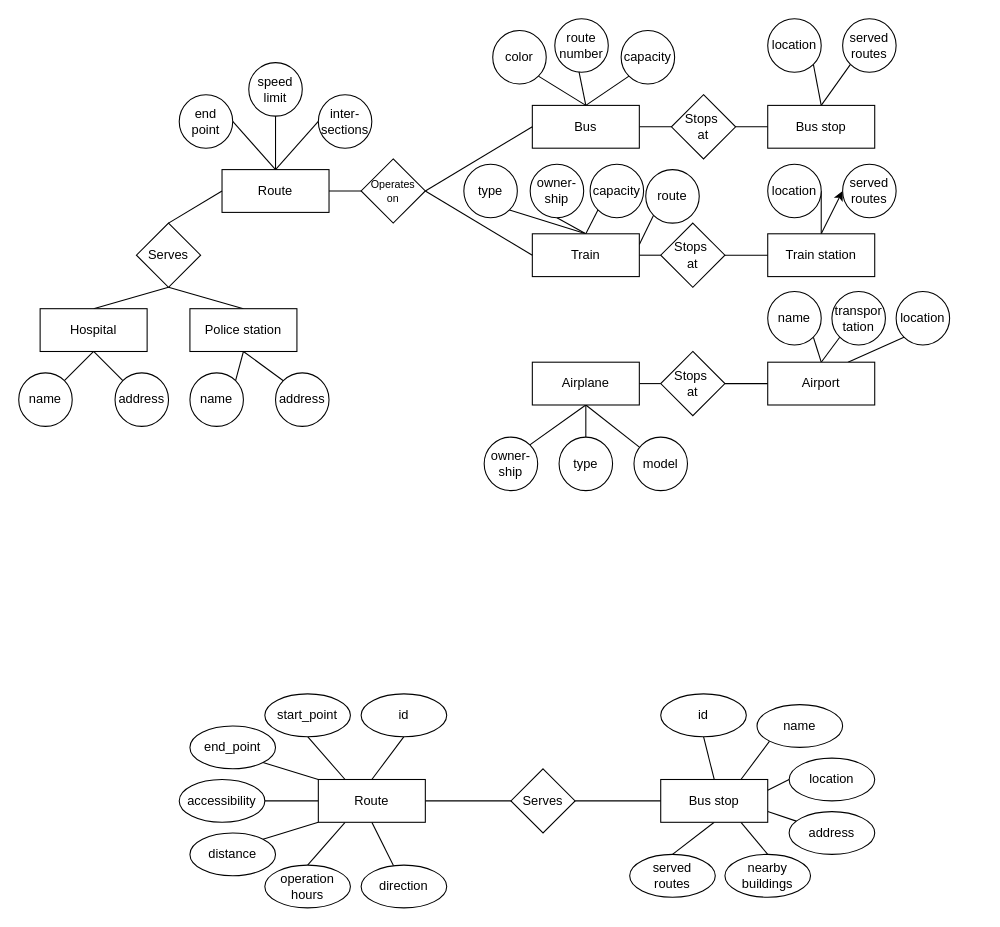
Above: Phase 1 - Purpose Formalization/transportation_facilities.drawio in Belegee-Enkhbat/Transportation-Facilities-KGE-Project (draw.io), before the change. Source tidied: cells renumbered, new cells numbered last; positions are measured from the earlier drawing's top-left corner, leaving out a move shared by most shapes. Both pictures are drawn from the tidied source at 107%, with x=0, y=0 at pixel (18, 18).
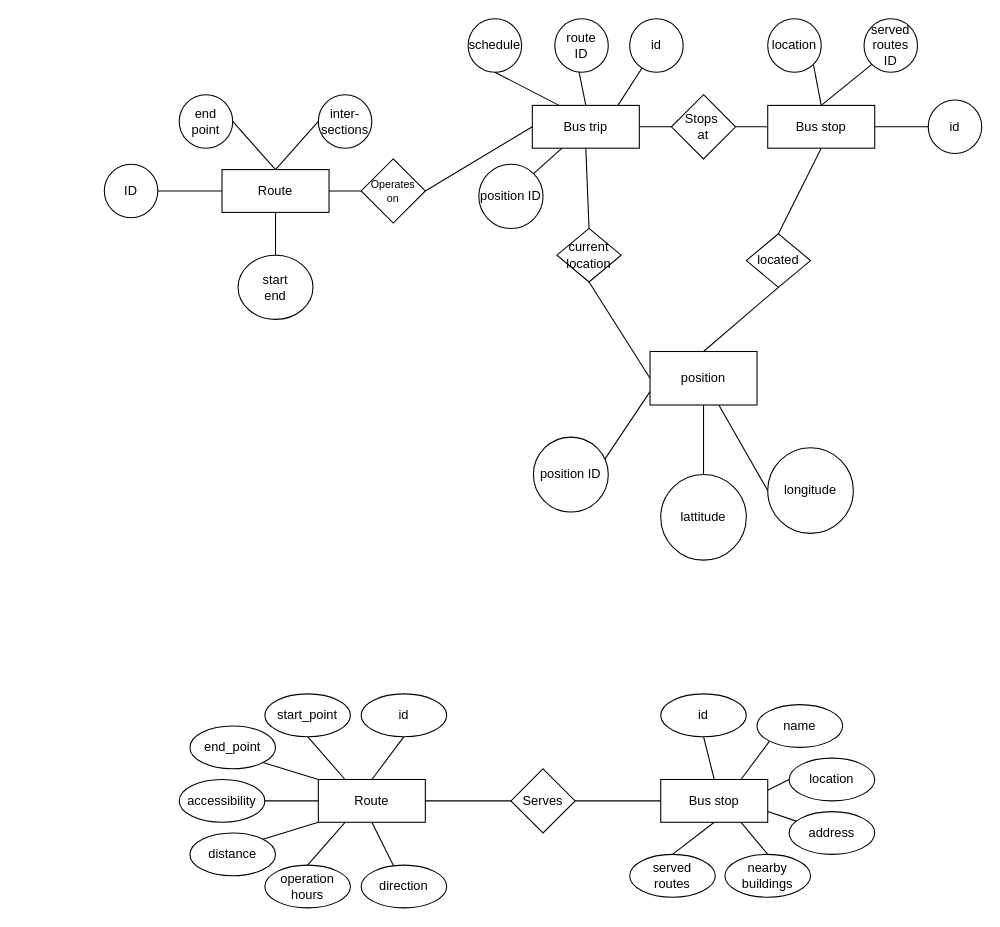
Above is the later version.

The change refers to these unchanged cells:
```xml
<mxCell id="21" value="Route" style="rounded=0;whiteSpace=wrap;html=1;" parent="1" vertex="1">
  <mxGeometry x="190" y="141" width="100" height="40" as="geometry" />
</mxCell>
<mxCell id="24" value="Bus stop" style="rounded=0;whiteSpace=wrap;html=1;" parent="1" vertex="1">
  <mxGeometry x="700" y="81" width="100" height="40" as="geometry" />
</mxCell>
<mxCell id="46" value="&lt;font style=&quot;font-size: 10px;&quot;&gt;Operates&lt;/font&gt;&lt;div style=&quot;font-size: 10px;&quot;&gt;&lt;font style=&quot;font-size: 10px;&quot;&gt;on&lt;/font&gt;&lt;/div&gt;" style="rhombus;whiteSpace=wrap;html=1;" parent="1" vertex="1">
  <mxGeometry x="320" y="131" width="60" height="60" as="geometry" />
</mxCell>
```

Diff of the diagram source:
```diff
@@
-    <mxCell id="3" style="rounded=0;jettySize=auto;html=1;exitX=0.5;exitY=0;exitDx=0;exitDy=0;entryX=1;entryY=1;entryDx=0;entryDy=0;endArrow=none;endFill=0;" parent="1" edge="1" source="5" target="60">
-      <mxGeometry relative="1" as="geometry" />
-    </mxCell>
-    <mxCell id="4" style="rounded=0;jettySize=auto;html=1;exitX=0.5;exitY=0;exitDx=0;exitDy=0;entryX=0;entryY=1;entryDx=0;entryDy=0;endArrow=none;endFill=0;" parent="1" edge="1" source="5" target="58">
-      <mxGeometry relative="1" as="geometry" />
-    </mxCell>
-    <mxCell id="5" value="Bus" style="rounded=0;whiteSpace=wrap;html=1;" parent="1" vertex="1">
+    <mxCell id="5" value="Bus trip" style="rounded=0;whiteSpace=wrap;html=1;" parent="1" vertex="1">
       <mxGeometry x="480" y="81" width="100" height="40" as="geometry" />
     </mxCell>
-    <mxCell id="6" style="edgeStyle=orthogonalEdgeStyle;rounded=0;jettySize=auto;html=1;exitX=1;exitY=0.5;exitDx=0;exitDy=0;entryX=0;entryY=0.5;entryDx=0;entryDy=0;endArrow=none;endFill=0;" parent="1" edge="1" source="11" target="41">
-      <mxGeometry relative="1" as="geometry" />
-    </mxCell>
-    <mxCell id="7" style="rounded=0;jettySize=auto;html=1;exitX=0.5;exitY=0;exitDx=0;exitDy=0;entryX=0.5;entryY=1;entryDx=0;entryDy=0;endArrow=none;endFill=0;" parent="1" edge="1" source="11" target="65">
-      <mxGeometry relative="1" as="geometry" />
-    </mxCell>
-    <mxCell id="8" style="rounded=0;jettySize=auto;html=1;exitX=0.5;exitY=0;exitDx=0;exitDy=0;entryX=1;entryY=1;entryDx=0;entryDy=0;endArrow=none;endFill=0;" parent="1" edge="1" source="11" target="64">
-      <mxGeometry relative="1" as="geometry" />
-    </mxCell>
-    <mxCell id="9" style="rounded=0;jettySize=auto;html=1;exitX=0.5;exitY=0;exitDx=0;exitDy=0;entryX=0;entryY=1;entryDx=0;entryDy=0;endArrow=none;endFill=0;" parent="1" edge="1" source="11" target="66">
-      <mxGeometry relative="1" as="geometry" />
-    </mxCell>
-    <mxCell id="10" style="rounded=0;jettySize=auto;html=1;exitX=1;exitY=0.25;exitDx=0;exitDy=0;entryX=0;entryY=1;entryDx=0;entryDy=0;endArrow=none;endFill=0;" parent="1" edge="1" source="11" target="67">
-      <mxGeometry relative="1" as="geometry" />
-    </mxCell>
-    <mxCell id="11" value="Train" style="rounded=0;whiteSpace=wrap;html=1;" parent="1" vertex="1">
-      <mxGeometry x="480" y="201" width="100" height="40" as="geometry" />
-    </mxCell>
-    <mxCell id="12" style="edgeStyle=orthogonalEdgeStyle;rounded=0;jettySize=auto;html=1;exitX=1;exitY=0.5;exitDx=0;exitDy=0;entryX=0;entryY=0.5;entryDx=0;entryDy=0;endArrow=none;endFill=0;" parent="1" edge="1" source="16" target="43">
-      <mxGeometry relative="1" as="geometry" />
-    </mxCell>
-    <mxCell id="13" style="rounded=0;jettySize=auto;html=1;exitX=0.5;exitY=1;exitDx=0;exitDy=0;endArrow=none;endFill=0;" parent="1" edge="1" source="16" target="72">
-      <mxGeometry relative="1" as="geometry" />
-    </mxCell>
-    <mxCell id="14" style="rounded=0;jettySize=auto;html=1;exitX=0.5;exitY=1;exitDx=0;exitDy=0;entryX=1;entryY=0;entryDx=0;entryDy=0;endArrow=none;endFill=0;" parent="1" edge="1" source="16" target="71">
-      <mxGeometry relative="1" as="geometry" />
-    </mxCell>
-    <mxCell id="15" style="rounded=0;jettySize=auto;html=1;exitX=0.5;exitY=1;exitDx=0;exitDy=0;entryX=0.5;entryY=0;entryDx=0;entryDy=0;endArrow=none;endFill=0;" parent="1" edge="1" source="16" target="70">
-      <mxGeometry relative="1" as="geometry" />
-    </mxCell>
-    <mxCell id="16" value="Airplane" style="rounded=0;whiteSpace=wrap;html=1;" parent="1" vertex="1">
-      <mxGeometry x="480" y="321" width="100" height="40" as="geometry" />
-    </mxCell>
@@
-    <mxCell id="19" style="edgeStyle=orthogonalEdgeStyle;rounded=0;jettySize=auto;html=1;exitX=0.5;exitY=0;exitDx=0;exitDy=0;entryX=0.5;entryY=1;entryDx=0;entryDy=0;endArrow=none;endFill=0;" parent="1" edge="1" source="21" target="55">
-      <mxGeometry relative="1" as="geometry" />
-    </mxCell>
@@
-    <mxCell id="25" style="rounded=0;jettySize=auto;html=1;exitX=0.5;exitY=0;exitDx=0;exitDy=0;entryX=1;entryY=0.5;entryDx=0;entryDy=0;endArrow=none;endFill=0;" parent="1" edge="1" source="27" target="68">
-      <mxGeometry relative="1" as="geometry" />
-    </mxCell>
-    <mxCell id="26" style="rounded=0;jettySize=auto;html=1;exitX=0.5;exitY=0;exitDx=0;exitDy=0;entryX=0;entryY=0.5;entryDx=0;entryDy=0;" parent="1" edge="1" source="27" target="69">
-      <mxGeometry relative="1" as="geometry" />
-    </mxCell>
-    <mxCell id="27" value="Train station" style="rounded=0;whiteSpace=wrap;html=1;" parent="1" vertex="1">
-      <mxGeometry x="700" y="201" width="100" height="40" as="geometry" />
-    </mxCell>
-    <mxCell id="28" style="rounded=0;jettySize=auto;html=1;exitX=0.5;exitY=0;exitDx=0;exitDy=0;entryX=1;entryY=1;entryDx=0;entryDy=0;endArrow=none;endFill=0;" parent="1" edge="1" source="31" target="73">
-      <mxGeometry relative="1" as="geometry" />
-    </mxCell>
-    <mxCell id="29" style="rounded=0;jettySize=auto;html=1;exitX=0.5;exitY=0;exitDx=0;exitDy=0;entryX=0;entryY=1;entryDx=0;entryDy=0;endArrow=none;endFill=0;" parent="1" edge="1" source="31" target="74">
-      <mxGeometry relative="1" as="geometry" />
-    </mxCell>
-    <mxCell id="30" style="rounded=0;jettySize=auto;html=1;exitX=0.75;exitY=0;exitDx=0;exitDy=0;entryX=0;entryY=1;entryDx=0;entryDy=0;endArrow=none;endFill=0;" parent="1" edge="1" source="31" target="75">
-      <mxGeometry relative="1" as="geometry" />
-    </mxCell>
-    <mxCell id="31" value="Airport" style="rounded=0;whiteSpace=wrap;html=1;" parent="1" vertex="1">
-      <mxGeometry x="700" y="321" width="100" height="40" as="geometry" />
-    </mxCell>
-    <mxCell id="32" style="rounded=0;jettySize=auto;html=1;exitX=0.5;exitY=0;exitDx=0;exitDy=0;entryX=0.5;entryY=1;entryDx=0;entryDy=0;endArrow=none;endFill=0;" parent="1" edge="1" source="35" target="48">
-      <mxGeometry relative="1" as="geometry" />
-    </mxCell>
-    <mxCell id="33" style="rounded=0;jettySize=auto;html=1;exitX=0.5;exitY=1;exitDx=0;exitDy=0;entryX=1;entryY=0;entryDx=0;entryDy=0;endArrow=none;endFill=0;" parent="1" edge="1" source="35" target="49">
-      <mxGeometry relative="1" as="geometry" />
-    </mxCell>
-    <mxCell id="34" style="rounded=0;jettySize=auto;html=1;exitX=0.5;exitY=1;exitDx=0;exitDy=0;entryX=0;entryY=0;entryDx=0;entryDy=0;endArrow=none;endFill=0;" parent="1" edge="1" source="35" target="50">
-      <mxGeometry relative="1" as="geometry" />
-    </mxCell>
-    <mxCell id="35" value="Hospital" style="rounded=0;whiteSpace=wrap;html=1;" parent="1" vertex="1">
-      <mxGeometry x="20" y="271" width="100" height="40" as="geometry" />
-    </mxCell>
-    <mxCell id="36" style="rounded=0;jettySize=auto;html=1;exitX=0.5;exitY=0;exitDx=0;exitDy=0;endArrow=none;endFill=0;entryX=0.5;entryY=1;entryDx=0;entryDy=0;" parent="1" edge="1" source="37" target="48">
-      <mxGeometry relative="1" as="geometry" />
-    </mxCell>
-    <mxCell id="37" value="Police station" style="rounded=0;whiteSpace=wrap;html=1;" parent="1" vertex="1">
-      <mxGeometry x="160" y="271" width="100" height="40" as="geometry" />
-    </mxCell>
@@
-    <mxCell id="40" style="edgeStyle=orthogonalEdgeStyle;rounded=0;jettySize=auto;html=1;exitX=1;exitY=0.5;exitDx=0;exitDy=0;entryX=0;entryY=0.5;entryDx=0;entryDy=0;endArrow=none;endFill=0;" parent="1" edge="1" source="41" target="27">
-      <mxGeometry relative="1" as="geometry" />
-    </mxCell>
-    <mxCell id="41" value="Stops&amp;nbsp;&lt;div&gt;at&lt;/div&gt;" style="rhombus;whiteSpace=wrap;html=1;" parent="1" vertex="1">
-      <mxGeometry x="600" y="191" width="60" height="60" as="geometry" />
-    </mxCell>
-    <mxCell id="42" style="edgeStyle=orthogonalEdgeStyle;rounded=0;jettySize=auto;html=1;exitX=1;exitY=0.5;exitDx=0;exitDy=0;entryX=0;entryY=0.5;entryDx=0;entryDy=0;endArrow=none;endFill=0;" parent="1" edge="1" source="43" target="31">
-      <mxGeometry relative="1" as="geometry" />
-    </mxCell>
-    <mxCell id="43" value="Stops&amp;nbsp;&lt;div&gt;at&lt;/div&gt;" style="rhombus;whiteSpace=wrap;html=1;" parent="1" vertex="1">
-      <mxGeometry x="600" y="311" width="60" height="60" as="geometry" />
-    </mxCell>
@@
-    <mxCell id="45" style="rounded=0;jettySize=auto;html=1;exitX=1;exitY=0.5;exitDx=0;exitDy=0;entryX=0;entryY=0.5;entryDx=0;entryDy=0;endArrow=none;endFill=0;" parent="1" edge="1" source="46" target="11">
-      <mxGeometry relative="1" as="geometry" />
-    </mxCell>
@@
-    <mxCell id="47" style="rounded=0;jettySize=auto;html=1;exitX=0.5;exitY=0;exitDx=0;exitDy=0;entryX=0;entryY=0.5;entryDx=0;entryDy=0;endArrow=none;endFill=0;" parent="1" edge="1" source="48" target="21">
-      <mxGeometry relative="1" as="geometry" />
-    </mxCell>
-    <mxCell id="48" value="Serves" style="rhombus;whiteSpace=wrap;html=1;" parent="1" vertex="1">
-      <mxGeometry x="110" y="191" width="60" height="60" as="geometry" />
-    </mxCell>
-    <mxCell id="49" value="name" style="ellipse;whiteSpace=wrap;html=1;" parent="1" vertex="1">
-      <mxGeometry y="331" width="50" height="50" as="geometry" />
-    </mxCell>
-    <mxCell id="50" value="address" style="ellipse;whiteSpace=wrap;html=1;" parent="1" vertex="1">
-      <mxGeometry x="90" y="331" width="50" height="50" as="geometry" />
-    </mxCell>
-    <mxCell id="51" style="rounded=0;jettySize=auto;html=1;exitX=0.5;exitY=1;exitDx=0;exitDy=0;entryX=1;entryY=0;entryDx=0;entryDy=0;endArrow=none;endFill=0;" parent="1" edge="1" source="37" target="53">
-      <mxGeometry relative="1" as="geometry" />
-    </mxCell>
-    <mxCell id="52" style="rounded=0;jettySize=auto;html=1;entryX=0;entryY=0;entryDx=0;entryDy=0;endArrow=none;endFill=0;exitX=0.5;exitY=1;exitDx=0;exitDy=0;" parent="1" edge="1" source="37" target="54">
-      <mxGeometry relative="1" as="geometry" />
-    </mxCell>
-    <mxCell id="53" value="name" style="ellipse;whiteSpace=wrap;html=1;" parent="1" vertex="1">
-      <mxGeometry x="160" y="331" width="50" height="50" as="geometry" />
-    </mxCell>
-    <mxCell id="54" value="address" style="ellipse;whiteSpace=wrap;html=1;" parent="1" vertex="1">
-      <mxGeometry x="240" y="331" width="50" height="50" as="geometry" />
-    </mxCell>
-    <mxCell id="55" value="speed&lt;div&gt;limit&lt;/div&gt;" style="ellipse;whiteSpace=wrap;html=1;" parent="1" vertex="1">
-      <mxGeometry x="215" y="41" width="50" height="50" as="geometry" />
-    </mxCell>
@@
-    <mxCell id="58" value="capacity" style="ellipse;whiteSpace=wrap;html=1;" parent="1" vertex="1">
-      <mxGeometry x="563" y="11" width="50" height="50" as="geometry" />
-    </mxCell>
-    <mxCell id="59" value="route&lt;div&gt;number&lt;/div&gt;" style="ellipse;whiteSpace=wrap;html=1;" parent="1" vertex="1">
+    <mxCell id="59" value="route&lt;div&gt;ID&lt;/div&gt;" style="ellipse;whiteSpace=wrap;html=1;" parent="1" vertex="1">
       <mxGeometry x="501" width="50" height="50" as="geometry" />
     </mxCell>
-    <mxCell id="60" value="color" style="ellipse;whiteSpace=wrap;html=1;" parent="1" vertex="1">
-      <mxGeometry x="443" y="11" width="50" height="50" as="geometry" />
-    </mxCell>
@@
-    <mxCell id="63" value="served&lt;div&gt;routes&lt;/div&gt;" style="ellipse;whiteSpace=wrap;html=1;" parent="1" vertex="1">
-      <mxGeometry x="770" width="50" height="50" as="geometry" />
+    <mxCell id="63" value="served&lt;div&gt;routes ID&lt;/div&gt;" style="ellipse;whiteSpace=wrap;html=1;" parent="1" vertex="1">
+      <mxGeometry x="790" width="50" height="50" as="geometry" />
     </mxCell>
-    <mxCell id="64" value="type" style="ellipse;whiteSpace=wrap;html=1;" parent="1" vertex="1">
-      <mxGeometry x="416" y="136" width="50" height="50" as="geometry" />
-    </mxCell>
-    <mxCell id="65" value="owner-&lt;div&gt;ship&lt;/div&gt;" style="ellipse;whiteSpace=wrap;html=1;" parent="1" vertex="1">
-      <mxGeometry x="478" y="136" width="50" height="50" as="geometry" />
-    </mxCell>
-    <mxCell id="66" value="capacity" style="ellipse;whiteSpace=wrap;html=1;" parent="1" vertex="1">
-      <mxGeometry x="534" y="136" width="50" height="50" as="geometry" />
-    </mxCell>
-    <mxCell id="67" value="route" style="ellipse;whiteSpace=wrap;html=1;" parent="1" vertex="1">
-      <mxGeometry x="586" y="141" width="50" height="50" as="geometry" />
-    </mxCell>
-    <mxCell id="68" value="location" style="ellipse;whiteSpace=wrap;html=1;" parent="1" vertex="1">
-      <mxGeometry x="700" y="136" width="50" height="50" as="geometry" />
-    </mxCell>
-    <mxCell id="69" value="served&lt;div&gt;routes&lt;/div&gt;" style="ellipse;whiteSpace=wrap;html=1;" parent="1" vertex="1">
-      <mxGeometry x="770" y="136" width="50" height="50" as="geometry" />
-    </mxCell>
-    <mxCell id="70" value="type" style="ellipse;whiteSpace=wrap;html=1;" parent="1" vertex="1">
-      <mxGeometry x="505" y="391" width="50" height="50" as="geometry" />
-    </mxCell>
-    <mxCell id="71" value="owner-&lt;div&gt;ship&lt;/div&gt;" style="ellipse;whiteSpace=wrap;html=1;" parent="1" vertex="1">
-      <mxGeometry x="435" y="391" width="50" height="50" as="geometry" />
-    </mxCell>
-    <mxCell id="72" value="model" style="ellipse;whiteSpace=wrap;html=1;" parent="1" vertex="1">
-      <mxGeometry x="575" y="391" width="50" height="50" as="geometry" />
-    </mxCell>
-    <mxCell id="73" value="name" style="ellipse;whiteSpace=wrap;html=1;" parent="1" vertex="1">
-      <mxGeometry x="700" y="255" width="50" height="50" as="geometry" />
-    </mxCell>
-    <mxCell id="74" value="transpor&lt;div&gt;t&lt;span style=&quot;background-color: initial;&quot;&gt;ation&lt;/span&gt;&lt;/div&gt;" style="ellipse;whiteSpace=wrap;html=1;" parent="1" vertex="1">
-      <mxGeometry x="760" y="255" width="50" height="50" as="geometry" />
-    </mxCell>
-    <mxCell id="75" value="location" style="ellipse;whiteSpace=wrap;html=1;" parent="1" vertex="1">
-      <mxGeometry x="820" y="255" width="50" height="50" as="geometry" />
-    </mxCell>
@@
+    <mxCell id="107" value="position" style="html=1;dashed=0;whiteSpace=wrap;" parent="1" vertex="1">
+      <mxGeometry x="590" y="311" width="100" height="50" as="geometry" />
+    </mxCell>
+    <mxCell id="108" value="located" style="shape=rhombus;html=1;dashed=0;whiteSpace=wrap;perimeter=rhombusPerimeter;" parent="1" vertex="1">
+      <mxGeometry x="680" y="201" width="60" height="50" as="geometry" />
+    </mxCell>
+    <mxCell id="109" style="endArrow=none;html=1;rounded=0;entryX=0.5;entryY=1;entryDx=0;entryDy=0;exitX=0.5;exitY=0;exitDx=0;exitDy=0;" parent="1" edge="1" source="108" target="24">
+      <mxGeometry relative="1" as="geometry" />
+    </mxCell>
+    <mxCell id="110" style="endArrow=none;html=1;rounded=0;exitX=0.5;exitY=0;exitDx=0;exitDy=0;entryX=0.5;entryY=1;entryDx=0;entryDy=0;" parent="1" edge="1" source="107" target="108">
+      <mxGeometry relative="1" as="geometry" />
+    </mxCell>
+    <mxCell id="111" value="longitude" style="ellipse;whiteSpace=wrap;html=1;dashed=0;" parent="1" vertex="1">
+      <mxGeometry x="700" y="401" width="80" height="80" as="geometry" />
+    </mxCell>
+    <mxCell id="112" value="lattitude" style="ellipse;whiteSpace=wrap;html=1;dashed=0;" parent="1" vertex="1">
+      <mxGeometry x="600" y="426" width="80" height="80" as="geometry" />
+    </mxCell>
+    <mxCell id="113" style="endArrow=none;html=1;rounded=0;exitX=0.5;exitY=1;exitDx=0;exitDy=0;entryX=0.5;entryY=0;entryDx=0;entryDy=0;" parent="1" edge="1" source="5" target="116">
+      <mxGeometry relative="1" as="geometry" />
+    </mxCell>
+    <mxCell id="114" style="endArrow=none;html=1;rounded=0;entryX=0;entryY=0.5;entryDx=0;entryDy=0;" parent="1" edge="1" source="107" target="111">
+      <mxGeometry relative="1" as="geometry" />
+    </mxCell>
+    <mxCell id="115" style="endArrow=none;html=1;rounded=0;entryX=0.5;entryY=0;entryDx=0;entryDy=0;exitX=0.5;exitY=1;exitDx=0;exitDy=0;" parent="1" edge="1" source="107" target="112">
+      <mxGeometry relative="1" as="geometry" />
+    </mxCell>
+    <mxCell id="116" value="current location" style="shape=rhombus;html=1;dashed=0;whiteSpace=wrap;perimeter=rhombusPerimeter;" parent="1" vertex="1">
+      <mxGeometry x="503" y="196" width="60" height="50" as="geometry" />
+    </mxCell>
+    <mxCell id="117" style="endArrow=none;html=1;rounded=0;exitX=0.5;exitY=1;exitDx=0;exitDy=0;entryX=0;entryY=0.5;entryDx=0;entryDy=0;" parent="1" edge="1" source="116" target="107">
+      <mxGeometry relative="1" as="geometry" />
+    </mxCell>
+    <mxCell id="118" value="schedule" style="ellipse;whiteSpace=wrap;html=1;" parent="1" vertex="1">
+      <mxGeometry x="420" width="50" height="50" as="geometry" />
+    </mxCell>
+    <mxCell id="119" style="endArrow=none;html=1;rounded=0;entryX=0.25;entryY=0;entryDx=0;entryDy=0;exitX=0.5;exitY=1;exitDx=0;exitDy=0;" parent="1" edge="1" source="118" target="5">
+      <mxGeometry relative="1" as="geometry" />
+    </mxCell>
+    <mxCell id="120" value="id" style="ellipse;whiteSpace=wrap;html=1;" parent="1" vertex="1">
+      <mxGeometry x="571" width="50" height="50" as="geometry" />
+    </mxCell>
+    <mxCell id="121" style="endArrow=none;html=1;rounded=0;" parent="1" edge="1" target="120">
+      <mxGeometry relative="1" as="geometry">
+        <mxPoint x="560" y="81" as="sourcePoint" />
+      </mxGeometry>
+    </mxCell>
+    <mxCell id="122" value="id" style="ellipse;whiteSpace=wrap;html=1;rounded=0;" parent="1" vertex="1">
+      <mxGeometry x="850" y="76" width="50" height="50" as="geometry" />
+    </mxCell>
+    <mxCell id="123" style="rounded=0;jettySize=auto;html=1;exitX=1;exitY=0.5;exitDx=0;exitDy=0;entryX=0;entryY=0.5;entryDx=0;entryDy=0;endArrow=none;endFill=0;" parent="1" edge="1" source="24" target="122">
+      <mxGeometry relative="1" as="geometry" />
+    </mxCell>
+    <mxCell id="124" value="start&lt;div&gt;end&lt;/div&gt;" style="ellipse;whiteSpace=wrap;html=1;rounded=0;" parent="1" vertex="1">
+      <mxGeometry x="205" y="221" width="70" height="60" as="geometry" />
+    </mxCell>
+    <mxCell id="125" style="endArrow=none;html=1;rounded=0;exitX=0.5;exitY=1;exitDx=0;exitDy=0;entryX=0.5;entryY=0;entryDx=0;entryDy=0;" parent="1" edge="1" source="21" target="124">
+      <mxGeometry relative="1" as="geometry" />
+    </mxCell>
+    <mxCell id="126" value="ID" style="ellipse;whiteSpace=wrap;html=1;rounded=0;" parent="1" vertex="1">
+      <mxGeometry x="80" y="136" width="50" height="50" as="geometry" />
+    </mxCell>
+    <mxCell id="127" style="endArrow=none;html=1;rounded=0;exitX=0;exitY=0.5;exitDx=0;exitDy=0;entryX=1;entryY=0.5;entryDx=0;entryDy=0;" parent="1" edge="1" source="21" target="126">
+      <mxGeometry relative="1" as="geometry" />
+    </mxCell>
+    <mxCell id="128" value="position ID" style="ellipse;whiteSpace=wrap;html=1;dashed=0;" parent="1" vertex="1">
+      <mxGeometry x="481" y="391" width="70" height="70" as="geometry" />
+    </mxCell>
+    <mxCell id="129" style="endArrow=none;html=1;rounded=0;entryX=0.952;entryY=0.297;entryDx=0;entryDy=0;exitX=0;exitY=0.75;exitDx=0;exitDy=0;entryPerimeter=0;" parent="1" edge="1" source="107" target="128">
+      <mxGeometry relative="1" as="geometry" />
+    </mxCell>
+    <mxCell id="130" value="position ID" style="ellipse;whiteSpace=wrap;html=1;dashed=0;" parent="1" vertex="1">
+      <mxGeometry x="430" y="136" width="60" height="60" as="geometry" />
+    </mxCell>
+    <mxCell id="131" style="endArrow=none;html=1;rounded=0;exitX=1;exitY=0;exitDx=0;exitDy=0;" parent="1" edge="1" source="130" target="5">
+      <mxGeometry relative="1" as="geometry" />
+    </mxCell>
```
